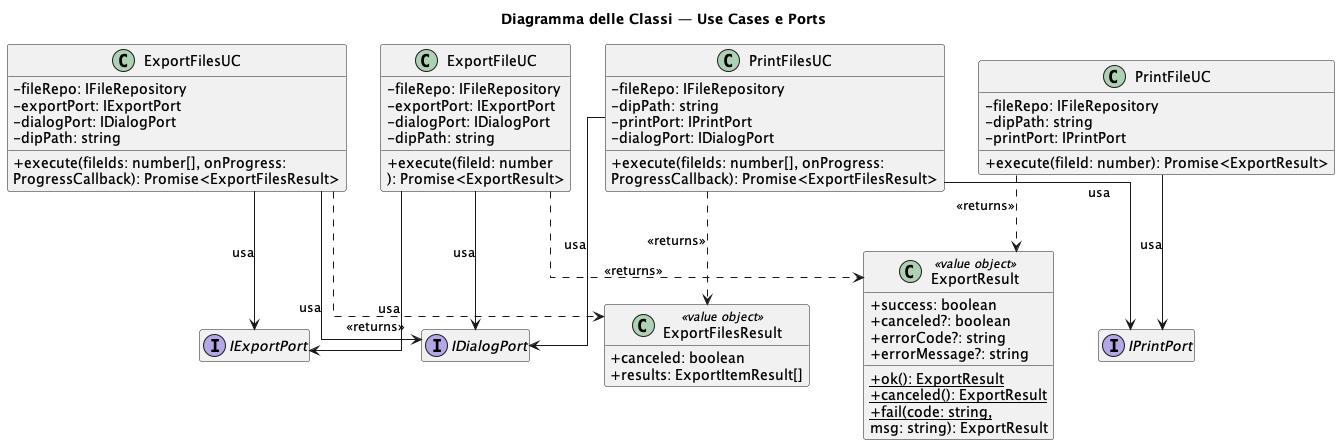
Before: out/3_PB/DocumentiEsterni/DiagrammiSpecificaTecnica/C4/C4_backend_Export/Export_IPC_Part2.png, a diagram exported from PlantUML (7-ZPUs/Docs).
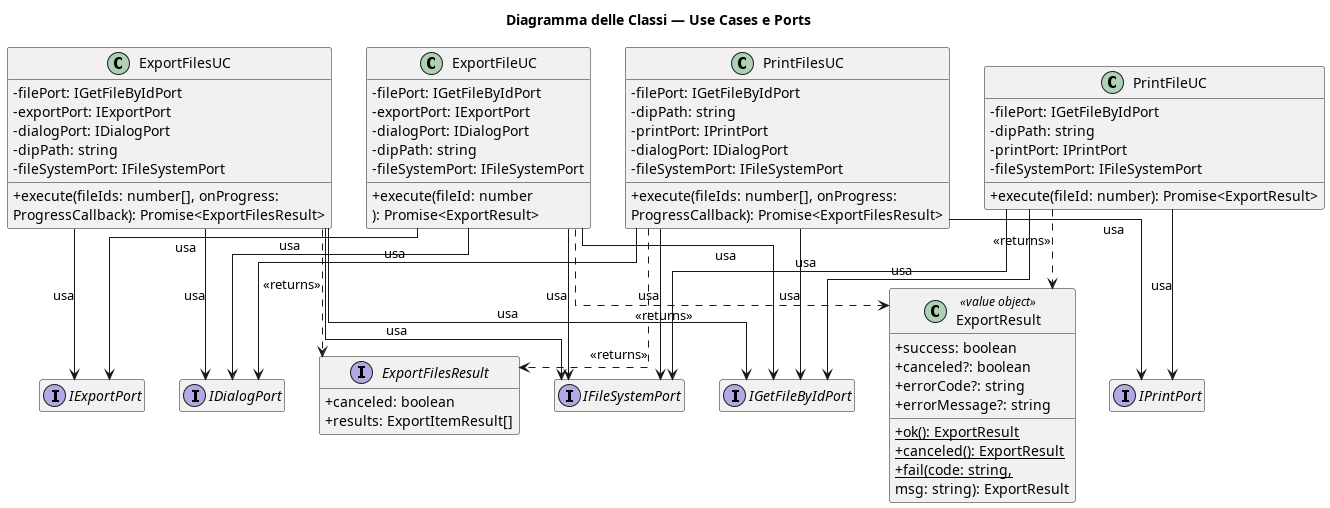
After the commit.

Change to the diagram source:
```diff
@@ -5,32 +5,36 @@
 hide empty members
 
 class ExportFileUC {
-    - fileRepo: IFileRepository
+    - filePort: IGetFileByIdPort
     - exportPort: IExportPort
     - dialogPort: IDialogPort
     - dipPath: string
+    - fileSystemPort: IFileSystemPort
     + execute(fileId: number
     ): Promise<ExportResult>
 }
 class ExportFilesUC {
-    - fileRepo: IFileRepository
+    - filePort: IGetFileByIdPort
     - exportPort: IExportPort
     - dialogPort: IDialogPort
     - dipPath: string
+    - fileSystemPort: IFileSystemPort
     + execute(fileIds: number[], onProgress:
     ProgressCallback): Promise<ExportFilesResult>
 }
 class PrintFileUC {
-    - fileRepo: IFileRepository
+    - filePort: IGetFileByIdPort
     - dipPath: string
     - printPort: IPrintPort
+    - fileSystemPort: IFileSystemPort
     + execute(fileId: number): Promise<ExportResult>
 }
 class PrintFilesUC {
-    - fileRepo: IFileRepository
+    - filePort: IGetFileByIdPort
     - dipPath: string
     - printPort: IPrintPort
     - dialogPort: IDialogPort
+    - fileSystemPort: IFileSystemPort
     + execute(fileIds: number[], onProgress:
     ProgressCallback): Promise<ExportFilesResult>
 }
@@ -38,6 +42,8 @@
 interface IExportPort { }
 interface IPrintPort { }
 interface IDialogPort { }
+interface IFileSystemPort { }
+interface IGetFileByIdPort { }
 
 class ExportResult <<value object>> {
     + success: boolean
@@ -49,7 +55,7 @@
     + {static} fail(code: string,
     msg: string): ExportResult
 }
-class ExportFilesResult <<value object>> {
+interface ExportFilesResult {
     + canceled: boolean
     + results: ExportItemResult[]
 }
@@ -61,6 +67,14 @@
 PrintFileUC   --> IPrintPort      : usa
 PrintFilesUC  --> IPrintPort      : usa
 PrintFilesUC  --> IDialogPort     : usa
+ExportFileUC  --> IGetFileByIdPort : usa
+ExportFilesUC --> IGetFileByIdPort : usa
+PrintFileUC   --> IGetFileByIdPort : usa
+PrintFilesUC  --> IGetFileByIdPort : usa
+ExportFileUC  --> IFileSystemPort : usa
+ExportFilesUC --> IFileSystemPort : usa
+PrintFileUC   --> IFileSystemPort : usa
+PrintFilesUC  --> IFileSystemPort : usa
 
 ExportFileUC  ..> ExportResult      : <<returns>>
 ExportFilesUC ..> ExportFilesResult : <<returns>>
```
